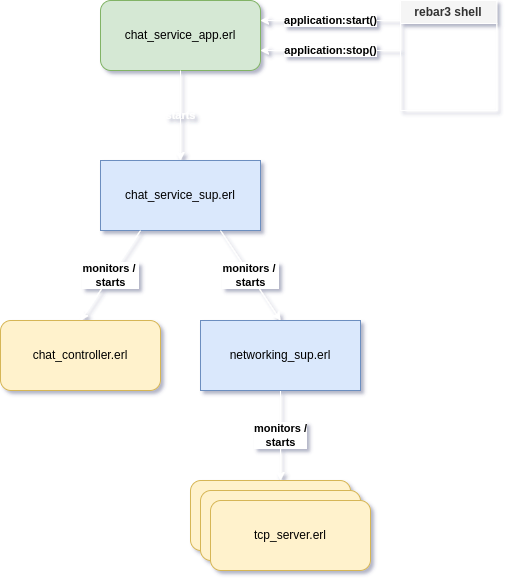
Above: OTP Supervision tree.drawio.png in skaysrei/docs-diagrams (draw.io), before the change. Source tidied: cells renumbered, new cells last; positions are measured from the earlier drawing's top-left corner, leaving out a move shared by most shapes.
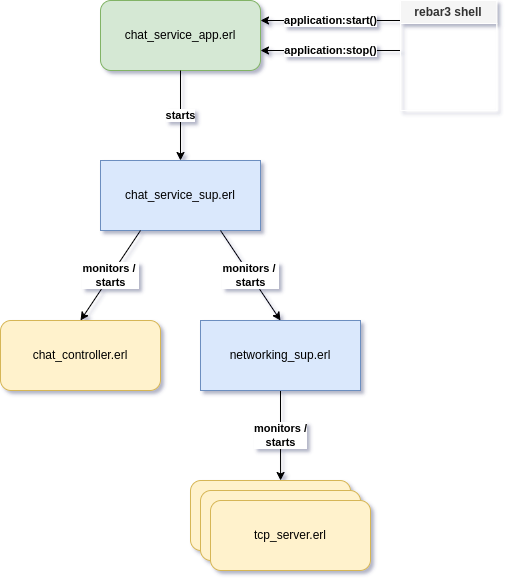
After the change.

Diff of the diagram source:
```diff
@@ -1,4 +1,4 @@
-<mxGraphModel shadow="1">
+<mxGraphModel background="#FFFFFF" shadow="1">
   <root>
     <mxCell id="0" />
     <mxCell id="1" parent="0" />
@@ -8,22 +8,22 @@
     <mxCell id="3" value="chat_service_sup.erl" style="rounded=0;whiteSpace=wrap;html=1;fillColor=#dae8fc;strokeColor=#6c8ebf;" parent="1" vertex="1">
       <mxGeometry x="100" y="160" width="160" height="70" as="geometry" />
     </mxCell>
-    <mxCell id="4" value="starts" style="endArrow=classic;html=1;rounded=0;entryX=0.5;entryY=0;entryDx=0;entryDy=0;exitX=0.5;exitY=1;exitDx=0;exitDy=0;fillColor=#f5f5f5;strokeColor=#FFFFFF;labelBackgroundColor=none;fontColor=#FFFFFF;fontStyle=1;" parent="1" edge="1" source="2" target="3">
+    <mxCell id="4" value="starts" style="endArrow=classic;html=1;rounded=0;entryX=0.5;entryY=0;entryDx=0;entryDy=0;exitX=0.5;exitY=1;exitDx=0;exitDy=0;fillColor=#f5f5f5;strokeColor=#000000;labelBackgroundColor=default;fontColor=default;fontStyle=1;" parent="1" edge="1" source="2" target="3">
       <mxGeometry relative="1" as="geometry" />
     </mxCell>
-    <mxCell id="5" value="application:start()" style="endArrow=classic;html=1;rounded=0;fillColor=#f5f5f5;strokeColor=#FFFFFF;labelBackgroundColor=default;fontColor=#000000;fontStyle=1;" parent="1" edge="1">
+    <mxCell id="5" value="application:start()" style="endArrow=classic;html=1;rounded=0;fillColor=#f5f5f5;strokeColor=#000000;labelBackgroundColor=default;fontColor=default;fontStyle=1;" parent="1" edge="1">
       <mxGeometry relative="1" as="geometry">
         <mxPoint x="400" y="20" as="sourcePoint" />
         <mxPoint x="260" y="20" as="targetPoint" />
       </mxGeometry>
     </mxCell>
-    <mxCell id="6" value="application:stop()" style="endArrow=classic;html=1;rounded=0;fillColor=#f5f5f5;strokeColor=#FFFFFF;labelBackgroundColor=default;fontColor=#000000;fontStyle=1;" parent="1" edge="1">
+    <mxCell id="6" value="application:stop()" style="endArrow=classic;html=1;rounded=0;fillColor=#f5f5f5;strokeColor=#000000;labelBackgroundColor=default;fontColor=default;fontStyle=1;" parent="1" edge="1">
       <mxGeometry relative="1" as="geometry">
         <mxPoint x="400" y="50" as="sourcePoint" />
         <mxPoint x="260" y="50" as="targetPoint" />
       </mxGeometry>
     </mxCell>
-    <mxCell id="7" value="monitors /&lt;br&gt;starts" style="edgeStyle=orthogonalEdgeStyle;rounded=0;jettySize=auto;html=1;entryX=0.563;entryY=0;entryDx=0;entryDy=0;entryPerimeter=0;fillColor=#f5f5f5;strokeColor=#FFFFFF;labelBackgroundColor=default;fontColor=#000000;fontStyle=1;" parent="1" edge="1" source="8" target="12">
+    <mxCell id="7" value="monitors /&lt;br&gt;starts" style="edgeStyle=orthogonalEdgeStyle;rounded=0;jettySize=auto;html=1;entryX=0.563;entryY=0;entryDx=0;entryDy=0;entryPerimeter=0;fillColor=#f5f5f5;strokeColor=#000000;labelBackgroundColor=default;fontColor=default;fontStyle=1;" parent="1" edge="1" source="8" target="12">
       <mxGeometry relative="1" as="geometry" />
     </mxCell>
     <mxCell id="8" value="networking_sup.erl" style="rounded=0;whiteSpace=wrap;html=1;fillColor=#dae8fc;strokeColor=#6c8ebf;" parent="1" vertex="1">
@@ -32,10 +32,10 @@
     <mxCell id="9" value="chat_controller.erl" style="rounded=1;whiteSpace=wrap;html=1;fillColor=#fff2cc;strokeColor=#d6b656;" parent="1" vertex="1">
       <mxGeometry y="320" width="160" height="70" as="geometry" />
     </mxCell>
-    <mxCell id="10" value="monitors /&amp;nbsp;&lt;br&gt;starts" style="endArrow=classic;html=1;rounded=0;exitX=0.25;exitY=1;exitDx=0;exitDy=0;entryX=0.5;entryY=0;entryDx=0;entryDy=0;labelBackgroundColor=default;fontColor=#000000;strokeColor=#FFFFFF;fontStyle=1;" parent="1" edge="1" source="3" target="9">
+    <mxCell id="10" value="monitors /&amp;nbsp;&lt;br&gt;starts" style="endArrow=classic;html=1;rounded=0;exitX=0.25;exitY=1;exitDx=0;exitDy=0;entryX=0.5;entryY=0;entryDx=0;entryDy=0;labelBackgroundColor=default;fontColor=default;strokeColor=#000000;fontStyle=1;" parent="1" edge="1" source="3" target="9">
       <mxGeometry relative="1" as="geometry" />
     </mxCell>
-    <mxCell id="11" value="monitors /&amp;nbsp;&lt;br&gt;starts" style="endArrow=classic;html=1;rounded=0;exitX=0.75;exitY=1;exitDx=0;exitDy=0;entryX=0.5;entryY=0;entryDx=0;entryDy=0;fillColor=#f5f5f5;strokeColor=#FFFFFF;labelBackgroundColor=default;fontColor=#000000;fontStyle=1;" parent="1" edge="1" source="3" target="8">
+    <mxCell id="11" value="monitors /&amp;nbsp;&lt;br&gt;starts" style="endArrow=classic;html=1;rounded=0;exitX=0.75;exitY=1;exitDx=0;exitDy=0;entryX=0.5;entryY=0;entryDx=0;entryDy=0;fillColor=#f5f5f5;strokeColor=#000000;labelBackgroundColor=default;fontColor=default;fontStyle=1;" parent="1" edge="1" source="3" target="8">
       <mxGeometry relative="1" as="geometry" />
     </mxCell>
     <mxCell id="12" value="tcp_server.erl" style="rounded=1;whiteSpace=wrap;html=1;fillColor=#fff2cc;strokeColor=#d6b656;" parent="1" vertex="1">
```
